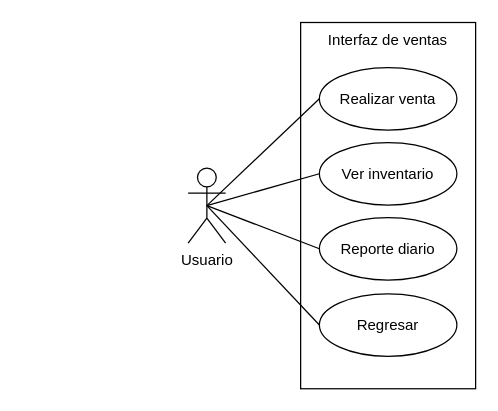
This is interfaz de ventas.drawio from Ovills/analisis, a draw.io file, before an edit. Source tidied: cells renumbered, new cells numbered last; positions are measured from the earlier drawing's top-left corner, leaving out a move shared by most shapes. Both pictures are drawn from the tidied source at 125%, with x=0, y=0 at pixel (188, 22).
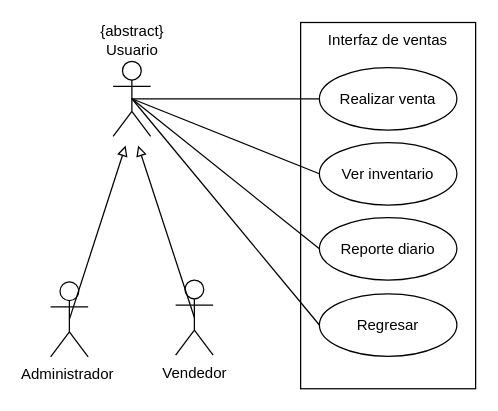
After the change.

Diff of the diagram source:
```diff
@@
 <mxGraphModel>
   <root>
     <mxCell id="0" />
     <mxCell id="1" parent="0" />
-    <mxCell id="2" value="Usuario" style="shape=umlActor;verticalLabelPosition=bottom;verticalAlign=top;html=1;outlineConnect=0;fillColor=none;" parent="1" vertex="1">
-      <mxGeometry y="116" width="30" height="60" as="geometry" />
-    </mxCell>
     <mxCell id="3" value="Interfaz de ventas" style="rounded=0;whiteSpace=wrap;html=1;fillColor=none;verticalAlign=top;" parent="1" vertex="1">
       <mxGeometry x="90" y="-0.5" width="140" height="293" as="geometry" />
     </mxCell>
     <mxCell id="4" value="Realizar venta" style="ellipse;whiteSpace=wrap;html=1;fillColor=none;" parent="1" vertex="1">
       <mxGeometry x="105" y="35.5" width="110" height="50" as="geometry" />
     </mxCell>
     <mxCell id="5" value="Ver inventario" style="ellipse;whiteSpace=wrap;html=1;fillColor=none;" parent="1" vertex="1">
       <mxGeometry x="105" y="95.5" width="110" height="50" as="geometry" />
     </mxCell>
     <mxCell id="6" value="Reporte diario" style="ellipse;whiteSpace=wrap;html=1;fillColor=none;spacingTop=1;" parent="1" vertex="1">
       <mxGeometry x="105" y="155.5" width="110" height="50" as="geometry" />
     </mxCell>
     <mxCell id="7" style="endArrow=none;html=1;rounded=0;exitX=0.5;exitY=0.5;exitDx=0;exitDy=0;exitPerimeter=0;entryX=0;entryY=0.5;entryDx=0;entryDy=0;" parent="1" edge="1" source="2" target="4">
       <mxGeometry relative="1" as="geometry" />
     </mxCell>
     <mxCell id="8" style="endArrow=none;html=1;rounded=0;exitX=0.5;exitY=0.5;exitDx=0;exitDy=0;exitPerimeter=0;entryX=0;entryY=0.5;entryDx=0;entryDy=0;" parent="1" edge="1" source="2" target="5">
       <mxGeometry relative="1" as="geometry" />
     </mxCell>
     <mxCell id="9" style="endArrow=none;html=1;rounded=0;entryX=0;entryY=0.5;entryDx=0;entryDy=0;exitX=0.5;exitY=0.5;exitDx=0;exitDy=0;exitPerimeter=0;" parent="1" edge="1" source="2" target="6">
       <mxGeometry relative="1" as="geometry" />
     </mxCell>
     <mxCell id="10" value="Regresar" style="ellipse;whiteSpace=wrap;html=1;fillColor=none;" parent="1" vertex="1">
       <mxGeometry x="105" y="216.5" width="110" height="50" as="geometry" />
     </mxCell>
     <mxCell id="11" style="endArrow=none;html=1;rounded=0;entryX=0;entryY=0.5;entryDx=0;entryDy=0;exitX=0.5;exitY=0.5;exitDx=0;exitDy=0;exitPerimeter=0;" parent="1" edge="1" source="2" target="10">
       <mxGeometry relative="1" as="geometry" />
     </mxCell>
+    <mxCell id="12" value="Administrador&amp;nbsp;" style="shape=umlActor;verticalLabelPosition=bottom;verticalAlign=top;html=1;outlineConnect=0;fillColor=none;" parent="1" vertex="1">
+      <mxGeometry x="-110" y="207" width="30" height="60" as="geometry" />
+    </mxCell>
+    <mxCell id="13" value="Vendedor" style="shape=umlActor;verticalLabelPosition=bottom;verticalAlign=top;html=1;outlineConnect=0;fillColor=none;" parent="1" vertex="1">
+      <mxGeometry x="-10" y="205.5" width="30" height="60" as="geometry" />
+    </mxCell>
+    <mxCell id="14" style="endArrow=block;html=1;rounded=0;exitX=0.5;exitY=0.5;exitDx=0;exitDy=0;exitPerimeter=0;endFill=0;" parent="1" edge="1" source="12">
+      <mxGeometry relative="1" as="geometry">
+        <mxPoint x="-50" y="98" as="targetPoint" />
+      </mxGeometry>
+    </mxCell>
+    <mxCell id="15" style="endArrow=block;html=1;rounded=0;exitX=0.5;exitY=0.5;exitDx=0;exitDy=0;exitPerimeter=0;endFill=0;" parent="1" edge="1" source="13">
+      <mxGeometry relative="1" as="geometry">
+        <mxPoint x="-40" y="98" as="targetPoint" />
+      </mxGeometry>
+    </mxCell>
+    <mxCell id="2" value="{abstract}&lt;br&gt;Usuario" style="shape=umlActor;verticalLabelPosition=top;verticalAlign=bottom;html=1;outlineConnect=0;fillColor=none;labelPosition=center;align=center;" parent="1" vertex="1">
+      <mxGeometry x="-60" y="30.5" width="30" height="60" as="geometry" />
+    </mxCell>
   </root>
 </mxGraphModel>
```
